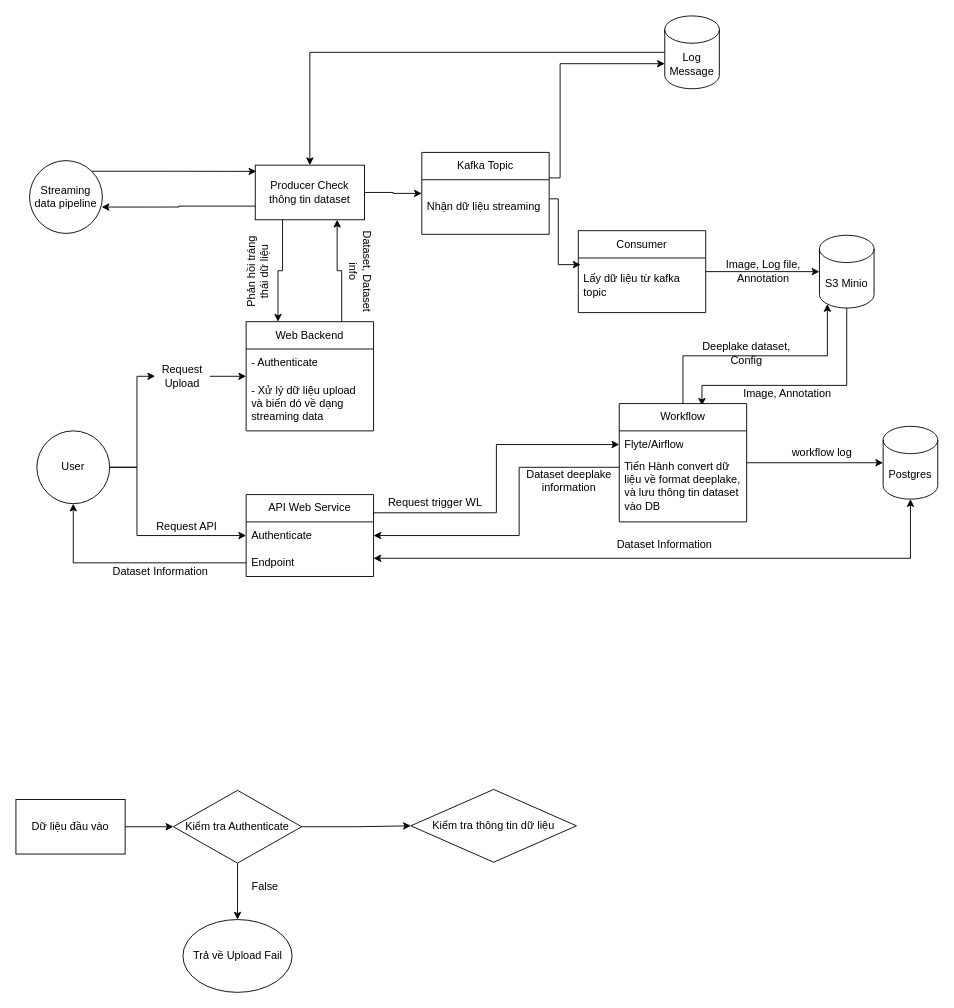
This is Untitled Diagram.drawio from KandaIsMe/nyc_taxi_feature_store, a draw.io file, before an edit. Source tidied: cells renumbered, new cells numbered last; positions are measured from the earlier drawing's top-left corner, leaving out a move shared by most shapes. Both pictures are drawn from the tidied source at 91%, with x=0, y=0 at pixel (15, 15).
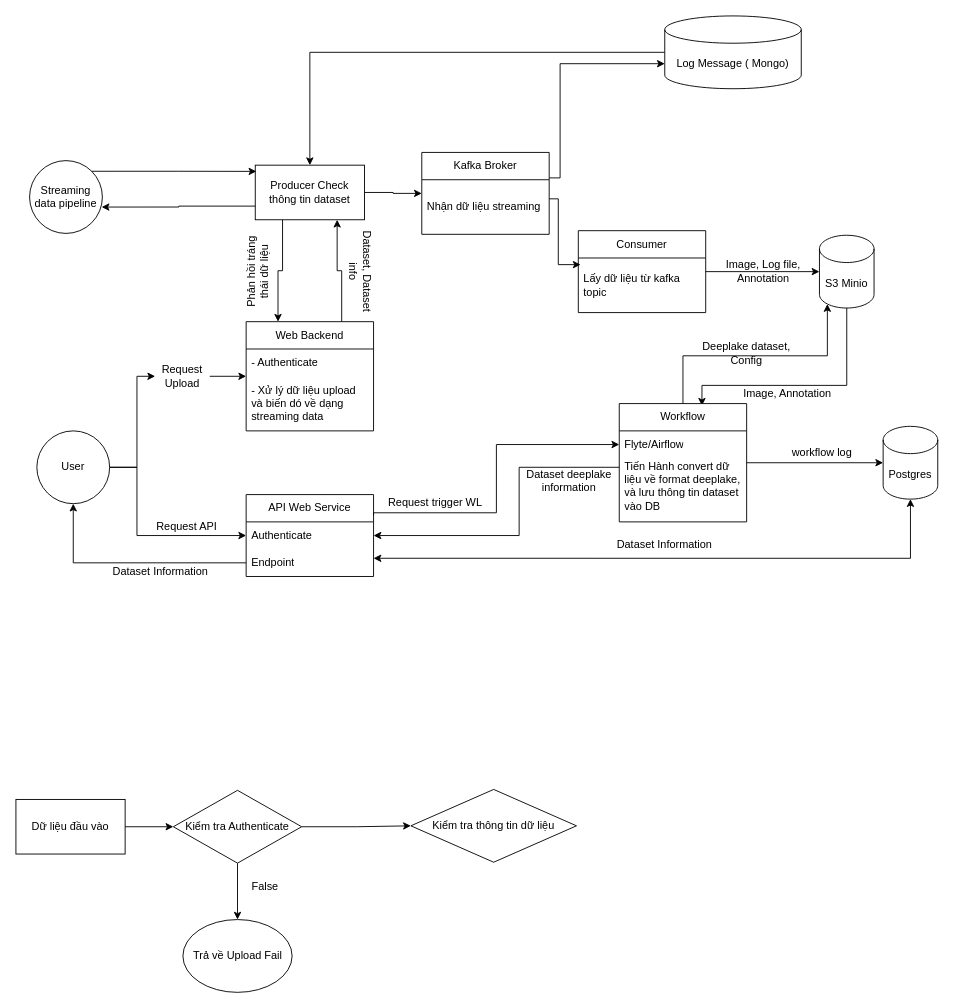
The same diagram, later.

The edit, as a diff of the source:
```diff
@@
-    <mxCell id="40" value="Kafka Topic" style="swimlane;fontStyle=0;horizontal=1;startSize=30;whiteSpace=wrap;html=1;" parent="1" vertex="1">
+    <mxCell id="40" value="Kafka Broker" style="swimlane;fontStyle=0;horizontal=1;startSize=30;whiteSpace=wrap;html=1;" parent="1" vertex="1">
       <mxGeometry x="446" y="150" width="140" height="90" as="geometry" />
     </mxCell>
@@
-    <mxCell id="44" value="Log Message" style="shape=cylinder3;whiteSpace=wrap;html=1;boundedLbl=1;backgroundOutline=1;size=15;" parent="1" vertex="1">
-      <mxGeometry x="713" width="60" height="80" as="geometry" />
+    <mxCell id="44" value="Log Message ( Mongo)" style="shape=cylinder3;whiteSpace=wrap;html=1;boundedLbl=1;backgroundOutline=1;size=15;" parent="1" vertex="1">
+      <mxGeometry x="713" width="150" height="80" as="geometry" />
     </mxCell>
```
